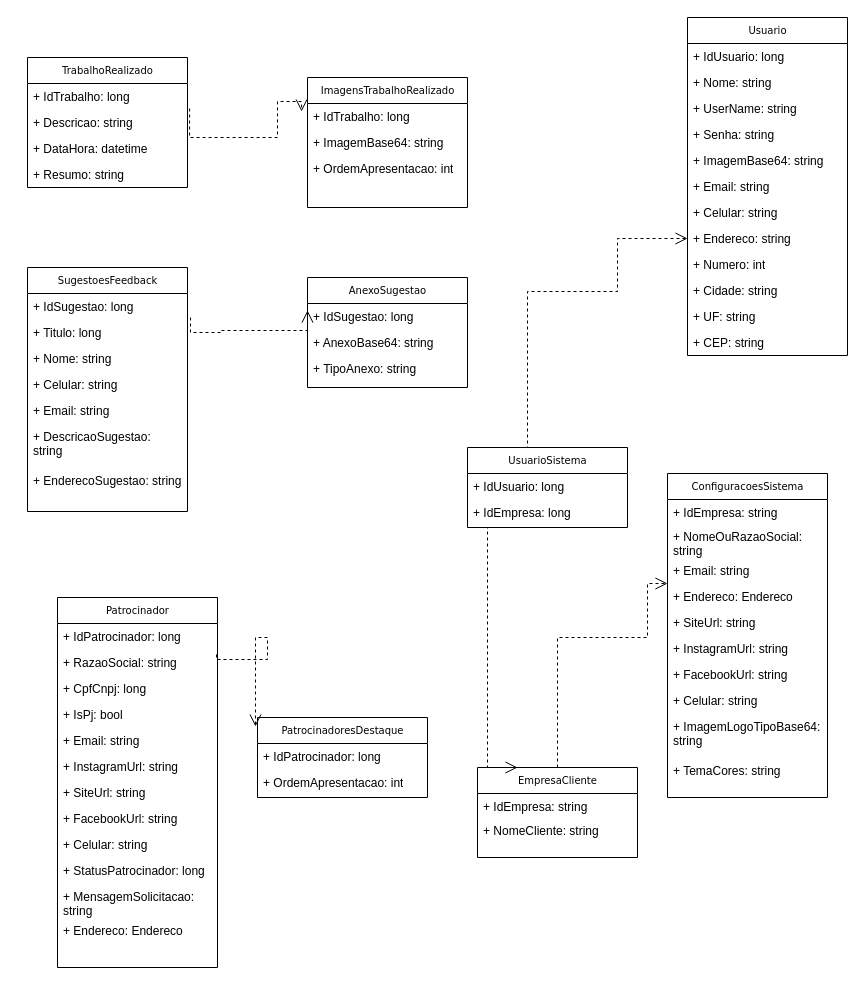
The draw.io diagram Diagram UML.drawio in valento45/Expert.Gov.WebApp, before the edit. Source tidied: cells renumbered, new cells numbered last; positions are measured from the earlier drawing's top-left corner, leaving out a move shared by most shapes. Both pictures are drawn from the tidied source at 100%, with x=0, y=0 at pixel (27, 17).
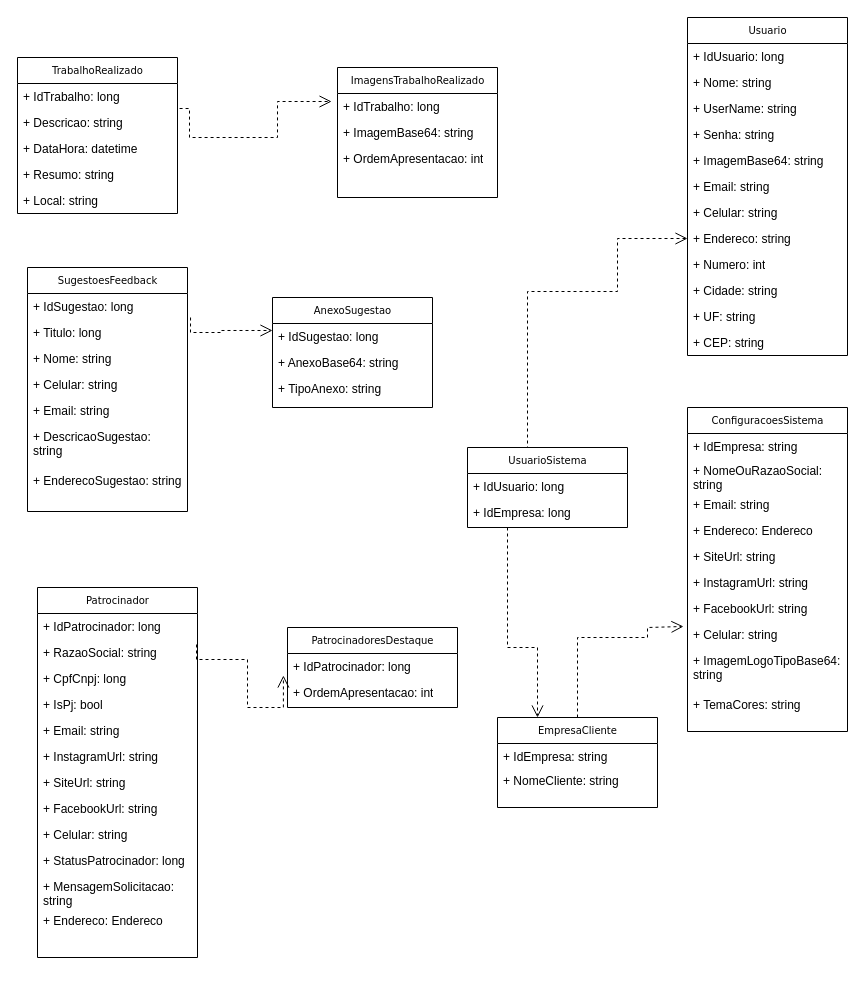
Above is the later version.

Unchanged cells that the change refers to:
```xml
<mxCell id="40" value="+ RazaoSocial: string" style="text;html=1;strokeColor=none;fillColor=none;align=left;verticalAlign=top;spacingLeft=4;spacingRight=4;whiteSpace=wrap;overflow=hidden;points=[[0,0.5],[1,0.5]];portConstraint=eastwest;" parent="38" vertex="1">
  <mxGeometry y="52" width="160" height="26" as="geometry" />
</mxCell>
<mxCell id="52" value="+ IdPatrocinador: long" style="text;html=1;strokeColor=none;fillColor=none;align=left;verticalAlign=top;spacingLeft=4;spacingRight=4;whiteSpace=wrap;overflow=hidden;points=[[0,0.5],[1,0.5]];portConstraint=eastwest;" parent="51" vertex="1">
  <mxGeometry y="26" width="170" height="26" as="geometry" />
</mxCell>
<mxCell id="59" value="+ Endereco: Endereco" style="text;html=1;strokeColor=none;fillColor=none;align=left;verticalAlign=top;spacingLeft=4;spacingRight=4;whiteSpace=wrap;overflow=hidden;points=[[0,0.5],[1,0.5]];portConstraint=eastwest;" parent="55" vertex="1">
  <mxGeometry y="110" width="160" height="26" as="geometry" />
</mxCell>
<mxCell id="63" value="+ Celular: string" style="text;html=1;strokeColor=none;fillColor=none;align=left;verticalAlign=top;spacingLeft=4;spacingRight=4;whiteSpace=wrap;overflow=hidden;points=[[0,0.5],[1,0.5]];portConstraint=eastwest;" parent="55" vertex="1">
  <mxGeometry y="214" width="160" height="26" as="geometry" />
</mxCell>
<mxCell id="70" value="UsuarioSistema" style="swimlane;html=1;fontStyle=0;horizontal=1;startSize=26;fillColor=none;swimlaneFillColor=#ffffff;rounded=0;shadow=0;comic=0;labelBackgroundColor=none;strokeWidth=1;fontFamily=Verdana;fontSize=10;align=center;" parent="1" vertex="1">
  <mxGeometry x="440" y="430" width="160" height="80" as="geometry" />
</mxCell>
```

Change to the diagram source:
```diff
@@
     <mxCell id="2" value="TrabalhoRealizado" style="swimlane;html=1;fontStyle=0;horizontal=1;startSize=26;fillColor=none;swimlaneFillColor=#ffffff;rounded=0;shadow=0;comic=0;labelBackgroundColor=none;strokeWidth=1;fontFamily=Verdana;fontSize=10;align=center;" parent="1" vertex="1">
-      <mxGeometry y="40" width="160" height="130" as="geometry" />
+      <mxGeometry x="-10" y="40" width="160" height="156" as="geometry" />
     </mxCell>
@@
+    <mxCell id="75" value="+ Local: string" style="text;html=1;strokeColor=none;fillColor=none;align=left;verticalAlign=top;spacingLeft=4;spacingRight=4;whiteSpace=wrap;overflow=hidden;" parent="2" vertex="1">
+      <mxGeometry y="130" width="160" height="26" as="geometry" />
+    </mxCell>
     <mxCell id="7" value="ImagensTrabalhoRealizado" style="swimlane;html=1;fontStyle=0;horizontal=1;startSize=26;fillColor=none;swimlaneFillColor=#ffffff;rounded=0;shadow=0;comic=0;labelBackgroundColor=none;strokeWidth=1;fontFamily=Verdana;fontSize=10;align=center;" parent="1" vertex="1">
-      <mxGeometry x="280" y="60" width="160" height="130" as="geometry" />
+      <mxGeometry x="310" y="50" width="160" height="130" as="geometry" />
     </mxCell>
@@
     <mxCell id="20" value="AnexoSugestao" style="swimlane;html=1;fontStyle=0;horizontal=1;startSize=26;fillColor=none;swimlaneFillColor=#ffffff;rounded=0;shadow=0;comic=0;labelBackgroundColor=none;strokeWidth=1;fontFamily=Verdana;fontSize=10;align=center;" parent="1" vertex="1">
-      <mxGeometry x="280" y="260" width="160" height="110" as="geometry" />
+      <mxGeometry x="245" y="280" width="160" height="110" as="geometry" />
     </mxCell>
@@
     <mxCell id="38" value="Patrocinador" style="swimlane;html=1;fontStyle=0;horizontal=1;startSize=26;fillColor=none;swimlaneFillColor=#ffffff;rounded=0;shadow=0;comic=0;labelBackgroundColor=none;strokeWidth=1;fontFamily=Verdana;fontSize=10;align=center;" parent="1" vertex="1">
-      <mxGeometry x="30" y="580" width="160" height="370" as="geometry" />
+      <mxGeometry x="10" y="570" width="160" height="370" as="geometry" />
     </mxCell>
@@
     <mxCell id="51" value="PatrocinadoresDestaque" style="swimlane;html=1;fontStyle=0;horizontal=1;startSize=26;fillColor=none;swimlaneFillColor=#ffffff;rounded=0;shadow=0;comic=0;labelBackgroundColor=none;strokeWidth=1;fontFamily=Verdana;fontSize=10;align=center;" parent="1" vertex="1">
-      <mxGeometry x="230" y="700" width="170" height="80" as="geometry" />
+      <mxGeometry x="260" y="610" width="170" height="80" as="geometry" />
     </mxCell>
@@
-    <mxCell id="54" style="edgeStyle=orthogonalEdgeStyle;rounded=0;html=1;exitX=0.994;exitY=0.192;dashed=1;labelBackgroundColor=none;startFill=0;endArrow=open;endFill=0;endSize=10;fontFamily=Verdana;fontSize=10;exitDx=0;exitDy=0;exitPerimeter=0;entryX=-0.012;entryY=0.113;entryDx=0;entryDy=0;entryPerimeter=0;" parent="1" edge="1" source="40" target="51">
+    <mxCell id="54" style="edgeStyle=orthogonalEdgeStyle;rounded=0;html=1;exitX=0.994;exitY=0.192;dashed=1;labelBackgroundColor=none;startFill=0;endArrow=open;endFill=0;endSize=10;fontFamily=Verdana;fontSize=10;exitDx=0;exitDy=0;exitPerimeter=0;entryX=-0.024;entryY=0.846;entryDx=0;entryDy=0;entryPerimeter=0;" parent="1" edge="1" source="40" target="52">
       <mxGeometry relative="1" as="geometry">
         <Array as="points">
           <mxPoint x="189" y="642" />
-          <mxPoint x="240" y="642" />
-          <mxPoint x="240" y="620" />
+          <mxPoint x="220" y="642" />
+          <mxPoint x="220" y="690" />
+          <mxPoint x="246" y="690" />
         </Array>
       </mxGeometry>
     </mxCell>
     <mxCell id="55" value="ConfiguracoesSistema" style="swimlane;html=1;fontStyle=0;horizontal=1;startSize=26;fillColor=none;swimlaneFillColor=#ffffff;rounded=0;shadow=0;comic=0;labelBackgroundColor=none;strokeWidth=1;fontFamily=Verdana;fontSize=10;align=center;" parent="1" vertex="1">
-      <mxGeometry x="640" y="456" width="160" height="324" as="geometry" />
+      <mxGeometry x="660" y="390" width="160" height="324" as="geometry" />
     </mxCell>
@@
     <mxCell id="66" value="EmpresaCliente" style="swimlane;html=1;fontStyle=0;horizontal=1;startSize=26;fillColor=none;swimlaneFillColor=#ffffff;rounded=0;shadow=0;comic=0;labelBackgroundColor=none;strokeWidth=1;fontFamily=Verdana;fontSize=10;align=center;" parent="1" vertex="1">
-      <mxGeometry x="450" y="750" width="160" height="90" as="geometry" />
+      <mxGeometry x="470" y="700" width="160" height="90" as="geometry" />
     </mxCell>
@@
-    <mxCell id="69" style="edgeStyle=orthogonalEdgeStyle;rounded=0;html=1;exitX=0.5;exitY=0;dashed=1;labelBackgroundColor=none;startFill=0;endArrow=open;endFill=0;endSize=10;fontFamily=Verdana;fontSize=10;exitDx=0;exitDy=0;entryX=0;entryY=0;entryDx=0;entryDy=0;entryPerimeter=0;" parent="1" edge="1" source="66" target="59">
+    <mxCell id="69" style="edgeStyle=orthogonalEdgeStyle;rounded=0;html=1;exitX=0.5;exitY=0;dashed=1;labelBackgroundColor=none;startFill=0;endArrow=open;endFill=0;endSize=10;fontFamily=Verdana;fontSize=10;exitDx=0;exitDy=0;entryX=-0.025;entryY=0.192;entryDx=0;entryDy=0;entryPerimeter=0;" parent="1" edge="1" source="66" target="63">
       <mxGeometry relative="1" as="geometry">
         <Array as="points">
-          <mxPoint x="530" y="620" />
+          <mxPoint x="550" y="620" />
           <mxPoint x="620" y="620" />
+          <mxPoint x="620" y="610" />
         </Array>
       </mxGeometry>
     </mxCell>
@@
     <mxCell id="74" style="edgeStyle=orthogonalEdgeStyle;rounded=0;html=1;exitX=0.25;exitY=1;dashed=1;labelBackgroundColor=none;startFill=0;endArrow=open;endFill=0;endSize=10;fontFamily=Verdana;fontSize=10;exitDx=0;exitDy=0;entryX=0.25;entryY=0;entryDx=0;entryDy=0;" parent="1" edge="1" source="70" target="66">
       <mxGeometry relative="1" as="geometry">
         <Array as="points">
-          <mxPoint x="460" y="750" />
+          <mxPoint x="480" y="630" />
+          <mxPoint x="510" y="630" />
         </Array>
       </mxGeometry>
     </mxCell>
```
